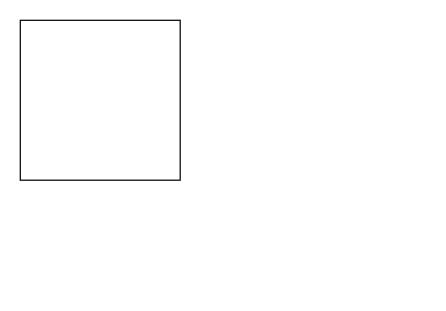
CaptainHansode/sj_gpx_conv keeps this draw.io diagram as 名称未設定ファイル.drawio. Above is the earlier version. Source tidied: cells renumbered, new cells numbered last; positions are measured from the earlier drawing's top-left corner, leaving out a move shared by most shapes. Both pictures are drawn from the tidied source at 123%, with x=0, y=0 at pixel (20, 20).
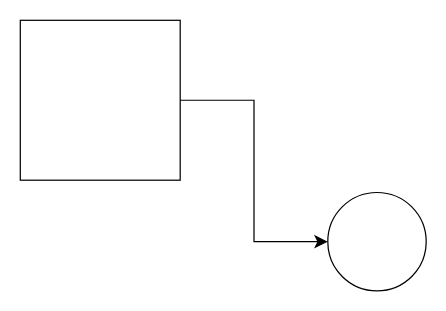
The same page after the edit.

Commit message (it also covers changes not shown here):
名称未設定ファイル.drawio を更新します

Change to the diagram source:
```diff
@@
 <mxGraphModel>
   <root>
     <mxCell id="0" />
     <mxCell id="1" parent="0" />
     <mxCell id="2" style="whiteSpace=wrap;html=1;" parent="1" vertex="1">
       <mxGeometry width="130" height="130" as="geometry" />
     </mxCell>
+    <mxCell id="3" style="ellipse;whiteSpace=wrap;html=1;" parent="1" vertex="1">
+      <mxGeometry x="250" y="140" width="80" height="80" as="geometry" />
+    </mxCell>
+    <mxCell id="4" style="edgeStyle=elbowEdgeStyle;elbow=horizontal;endArrow=classic;html=1;curved=0;rounded=0;endSize=8;startSize=8;exitX=1;exitY=0.5;exitDx=0;exitDy=0;entryX=0;entryY=0.5;entryDx=0;entryDy=0;" parent="1" edge="1" source="2" target="3">
+      <mxGeometry relative="1" as="geometry" />
+    </mxCell>
   </root>
 </mxGraphModel>
```
